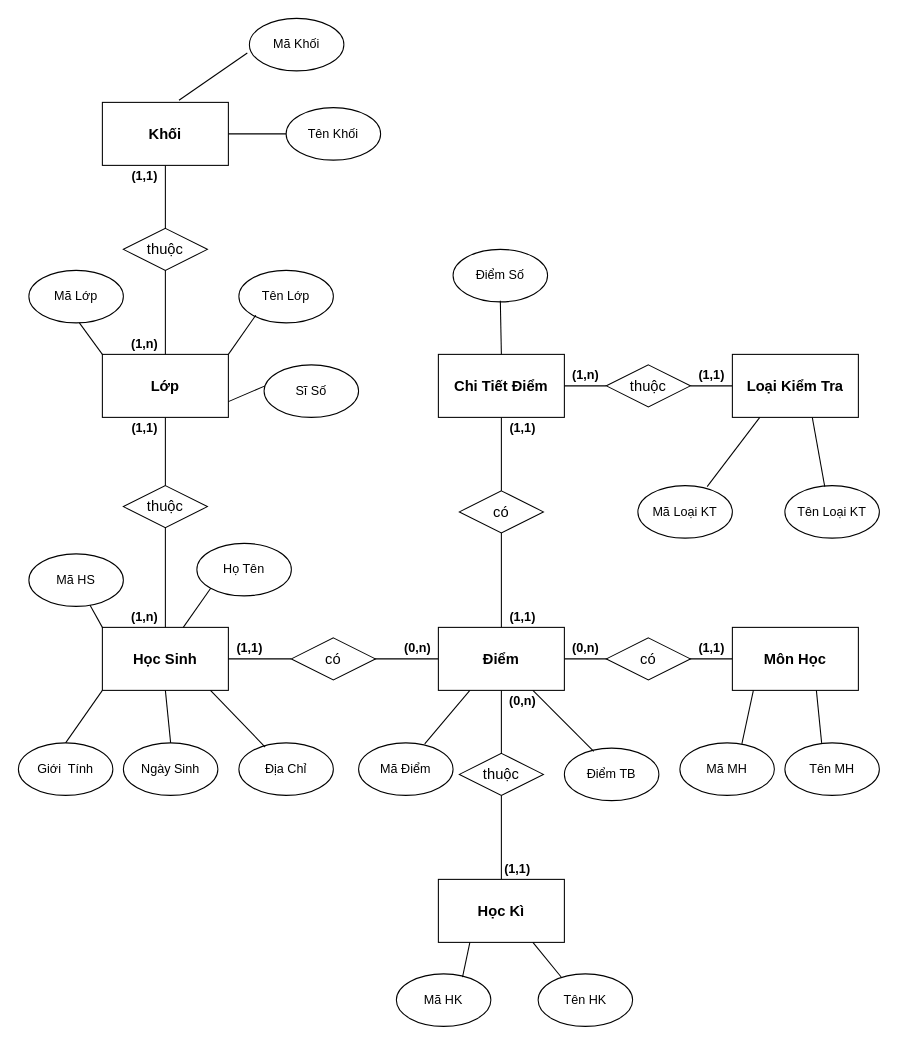
Above: E-R.drawio in thaodtt09/test (draw.io), before the change. Source tidied: cells renumbered, new cells numbered last; positions are measured from the earlier drawing's top-left corner, leaving out a move shared by most shapes. Both pictures are drawn from the tidied source at 105%, with x=0, y=0 at pixel (18, 18).
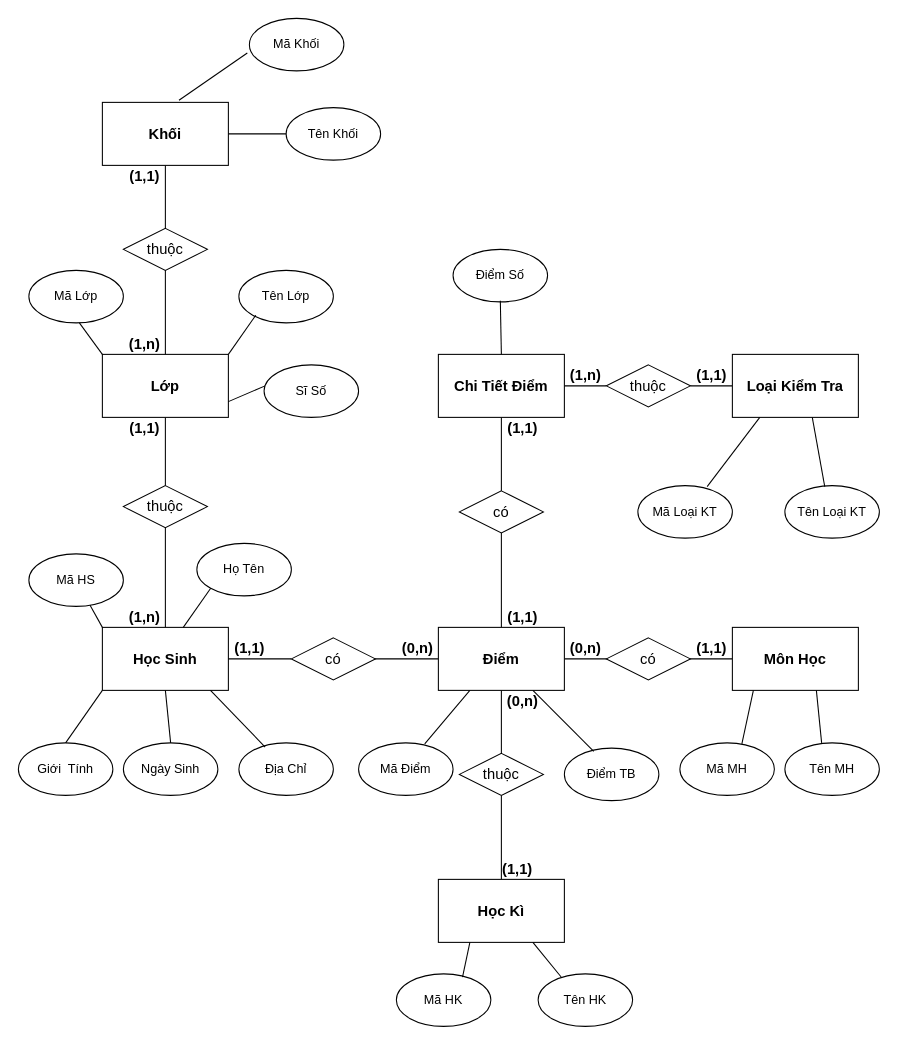
The same page after the edit.

Change to the diagram source:
```diff
@@
-    <mxCell id="66" value="&lt;b&gt;(1,1)&lt;/b&gt;" style="text;html=1;align=center;verticalAlign=middle;strokeColor=none;" parent="1" vertex="1">
+    <mxCell id="66" value="&lt;b&gt;&lt;font style=&quot;font-size: 14px&quot;&gt;(1,1)&lt;/font&gt;&lt;/b&gt;" style="text;html=1;align=center;verticalAlign=middle;strokeColor=none;" parent="1" vertex="1">
       <mxGeometry x="200" y="590" width="40" height="20" as="geometry" />
     </mxCell>
-    <mxCell id="67" value="&lt;b&gt;(0,n)&lt;/b&gt;" style="text;html=1;align=center;verticalAlign=middle;strokeColor=none;" parent="1" vertex="1">
-      <mxGeometry x="360" y="590" width="40" height="20" as="geometry" />
+    <mxCell id="67" value="&lt;b&gt;&lt;font style=&quot;font-size: 14px&quot;&gt;(0,n)&lt;/font&gt;&lt;/b&gt;" style="text;html=1;align=center;verticalAlign=middle;strokeColor=none;" parent="1" vertex="1">
+      <mxGeometry x="355" y="590" width="50" height="20" as="geometry" />
     </mxCell>
-    <mxCell id="68" value="&lt;b&gt;(0,n)&lt;/b&gt;" style="text;html=1;align=center;verticalAlign=middle;strokeColor=none;" parent="1" vertex="1">
-      <mxGeometry x="460" y="640" width="40" height="20" as="geometry" />
+    <mxCell id="68" value="&lt;b&gt;&lt;font style=&quot;font-size: 14px&quot;&gt;(0,n)&lt;/font&gt;&lt;/b&gt;" style="text;html=1;align=center;verticalAlign=middle;strokeColor=none;" parent="1" vertex="1">
+      <mxGeometry x="455" y="640" width="50" height="20" as="geometry" />
     </mxCell>
-    <mxCell id="69" value="&lt;b&gt;(1,1)&lt;/b&gt;" style="text;html=1;align=center;verticalAlign=middle;strokeColor=none;" parent="1" vertex="1">
+    <mxCell id="69" value="&lt;b&gt;&lt;font style=&quot;font-size: 14px&quot;&gt;(1,1)&lt;/font&gt;&lt;/b&gt;" style="text;html=1;align=center;verticalAlign=middle;strokeColor=none;" parent="1" vertex="1">
       <mxGeometry x="455" y="800" width="40" height="20" as="geometry" />
     </mxCell>
-    <mxCell id="70" value="&lt;b&gt;(0,n)&lt;/b&gt;" style="text;html=1;align=center;verticalAlign=middle;strokeColor=none;" parent="1" vertex="1">
-      <mxGeometry x="520" y="590" width="40" height="20" as="geometry" />
+    <mxCell id="70" value="&lt;b&gt;&lt;font style=&quot;font-size: 14px&quot;&gt;(0,n)&lt;/font&gt;&lt;/b&gt;" style="text;html=1;align=center;verticalAlign=middle;strokeColor=none;" parent="1" vertex="1">
+      <mxGeometry x="515" y="590" width="50" height="20" as="geometry" />
     </mxCell>
-    <mxCell id="71" value="&lt;b&gt;(1,1)&lt;/b&gt;" style="text;html=1;align=center;verticalAlign=middle;strokeColor=none;" parent="1" vertex="1">
+    <mxCell id="71" value="&lt;b&gt;&lt;font style=&quot;font-size: 14px&quot;&gt;(1,1)&lt;/font&gt;&lt;/b&gt;" style="text;html=1;align=center;verticalAlign=middle;strokeColor=none;" parent="1" vertex="1">
       <mxGeometry x="640" y="590" width="40" height="20" as="geometry" />
     </mxCell>
-    <mxCell id="72" value="&lt;b&gt;(1,n)&lt;/b&gt;" style="text;html=1;align=center;verticalAlign=middle;strokeColor=none;" parent="1" vertex="1">
-      <mxGeometry x="100" y="560" width="40" height="20" as="geometry" />
+    <mxCell id="72" value="&lt;b&gt;&lt;font style=&quot;font-size: 14px&quot;&gt;(1,n)&lt;/font&gt;&lt;/b&gt;" style="text;html=1;align=center;verticalAlign=middle;strokeColor=none;" parent="1" vertex="1">
+      <mxGeometry x="95" y="560" width="50" height="20" as="geometry" />
     </mxCell>
-    <mxCell id="73" value="&lt;b&gt;(1,1)&lt;/b&gt;" style="text;html=1;align=center;verticalAlign=middle;strokeColor=none;" parent="1" vertex="1">
+    <mxCell id="73" value="&lt;b&gt;&lt;font style=&quot;font-size: 14px&quot;&gt;(1,1)&lt;/font&gt;&lt;/b&gt;" style="text;html=1;align=center;verticalAlign=middle;strokeColor=none;" parent="1" vertex="1">
       <mxGeometry x="100" y="380" width="40" height="20" as="geometry" />
     </mxCell>
-    <mxCell id="74" value="&lt;b&gt;(1,1)&lt;/b&gt;" style="text;html=1;align=center;verticalAlign=middle;strokeColor=none;" parent="1" vertex="1">
+    <mxCell id="74" value="&lt;b&gt;&lt;font style=&quot;font-size: 14px&quot;&gt;(1,1)&lt;/font&gt;&lt;/b&gt;" style="text;html=1;align=center;verticalAlign=middle;strokeColor=none;" parent="1" vertex="1">
       <mxGeometry x="460" y="560" width="40" height="20" as="geometry" />
     </mxCell>
-    <mxCell id="75" value="&lt;b&gt;(1,1)&lt;/b&gt;" style="text;html=1;align=center;verticalAlign=middle;strokeColor=none;" parent="1" vertex="1">
+    <mxCell id="75" value="&lt;b&gt;&lt;font style=&quot;font-size: 14px&quot;&gt;(1,1)&lt;/font&gt;&lt;/b&gt;" style="text;html=1;align=center;verticalAlign=middle;strokeColor=none;" parent="1" vertex="1">
       <mxGeometry x="460" y="380" width="40" height="20" as="geometry" />
     </mxCell>
-    <mxCell id="76" value="&lt;b&gt;(1,n)&lt;/b&gt;" style="text;html=1;align=center;verticalAlign=middle;strokeColor=none;" parent="1" vertex="1">
-      <mxGeometry x="520" y="330" width="40" height="20" as="geometry" />
+    <mxCell id="76" value="&lt;b&gt;&lt;font style=&quot;font-size: 14px&quot;&gt;(1,n)&lt;/font&gt;&lt;/b&gt;" style="text;html=1;align=center;verticalAlign=middle;strokeColor=none;" parent="1" vertex="1">
+      <mxGeometry x="515" y="330" width="50" height="20" as="geometry" />
     </mxCell>
-    <mxCell id="77" value="&lt;b&gt;(1,1)&lt;/b&gt;" style="text;html=1;align=center;verticalAlign=middle;strokeColor=none;" parent="1" vertex="1">
+    <mxCell id="77" value="&lt;b&gt;&lt;font style=&quot;font-size: 14px&quot;&gt;(1,1)&lt;/font&gt;&lt;/b&gt;" style="text;html=1;align=center;verticalAlign=middle;strokeColor=none;" parent="1" vertex="1">
       <mxGeometry x="640" y="330" width="40" height="20" as="geometry" />
     </mxCell>
-    <mxCell id="78" value="&lt;b&gt;(1,n)&lt;/b&gt;" style="text;html=1;align=center;verticalAlign=middle;strokeColor=none;" parent="1" vertex="1">
-      <mxGeometry x="100" y="300" width="40" height="20" as="geometry" />
+    <mxCell id="78" value="&lt;b&gt;&lt;font style=&quot;font-size: 14px&quot;&gt;(1,n)&lt;/font&gt;&lt;/b&gt;" style="text;html=1;align=center;verticalAlign=middle;strokeColor=none;" parent="1" vertex="1">
+      <mxGeometry x="95" y="300" width="50" height="20" as="geometry" />
     </mxCell>
-    <mxCell id="79" value="&lt;b&gt;(1,1)&lt;/b&gt;" style="text;html=1;align=center;verticalAlign=middle;strokeColor=none;" parent="1" vertex="1">
+    <mxCell id="79" value="&lt;b&gt;&lt;font style=&quot;font-size: 14px&quot;&gt;(1,1)&lt;/font&gt;&lt;/b&gt;" style="text;html=1;align=center;verticalAlign=middle;strokeColor=none;" parent="1" vertex="1">
       <mxGeometry x="100" y="140" width="40" height="20" as="geometry" />
     </mxCell>
```
